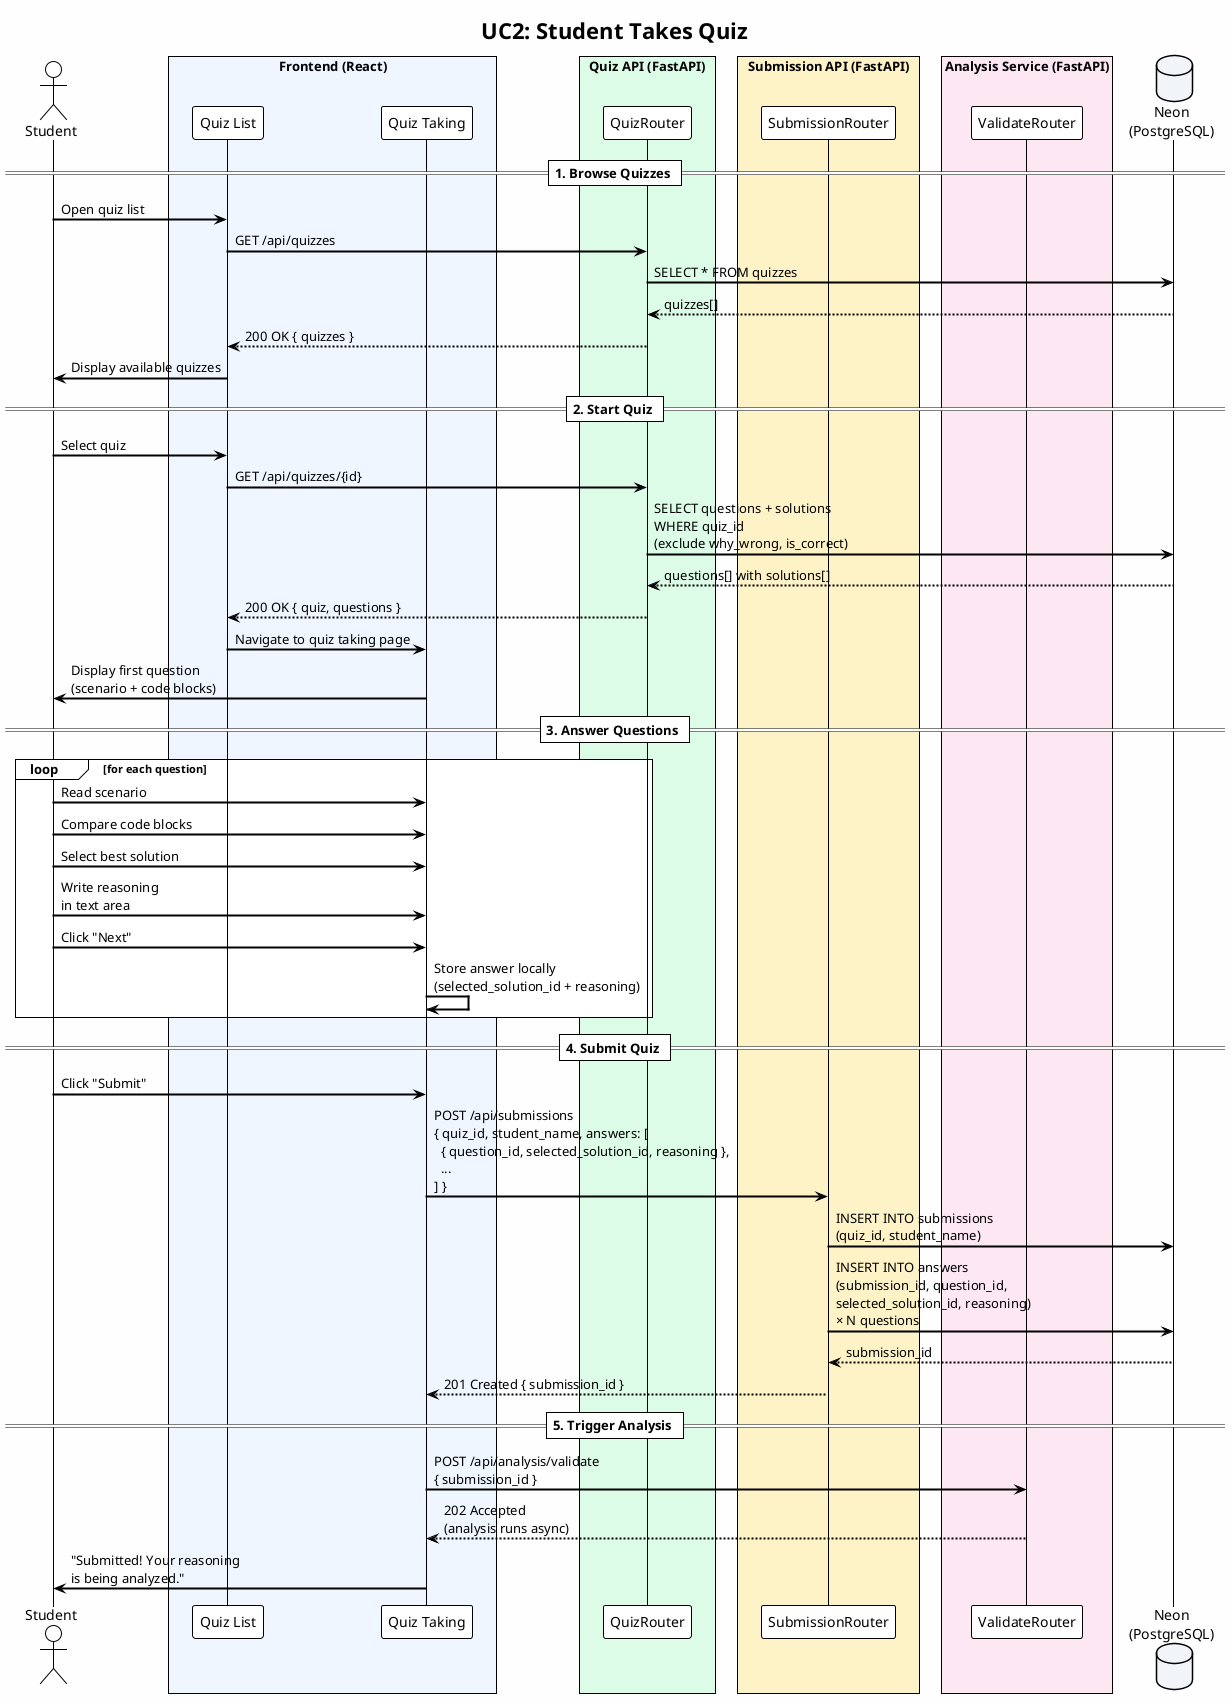
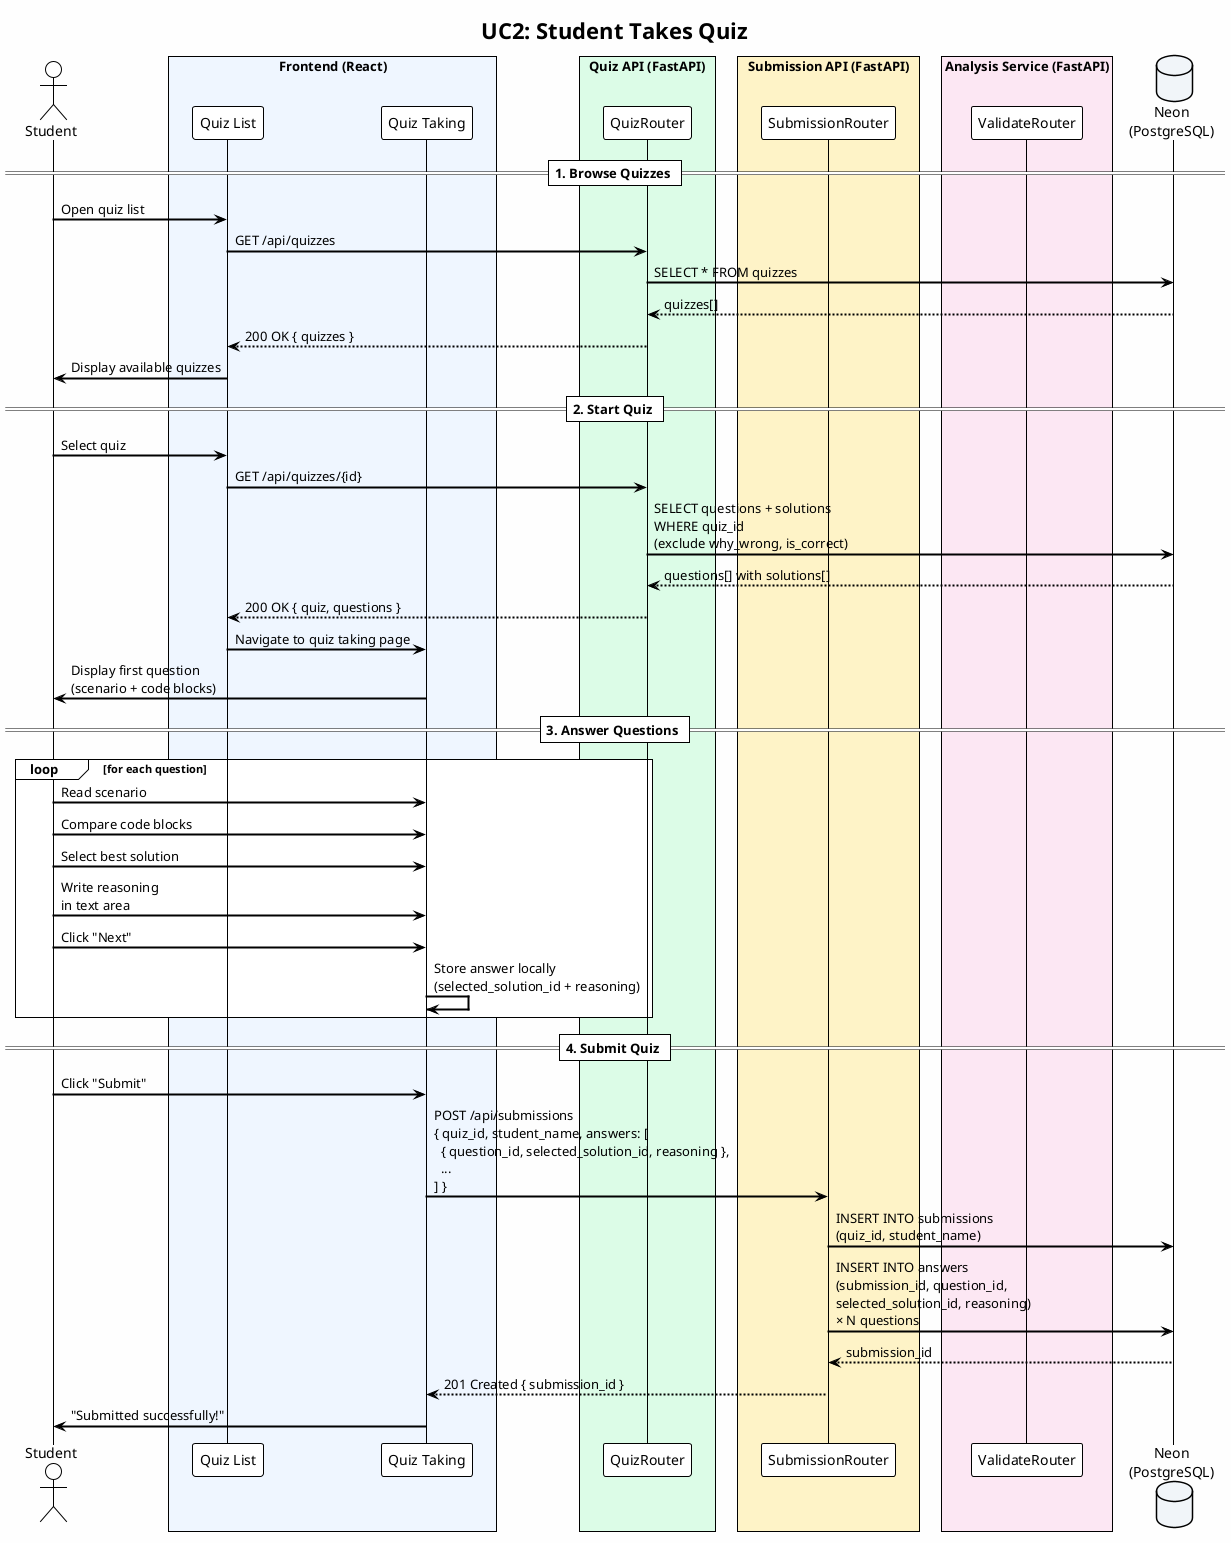
@startuml Student Takes Quiz
!theme plain
skinparam backgroundColor #FEFEFE
skinparam defaultFontName "Segoe UI"
skinparam shadowing false
skinparam sequenceArrowThickness 2
skinparam participantPadding 20
skinparam boxPadding 10

title UC2: Student Takes Quiz

actor Student as S
box "Frontend (React)" #EFF6FF
  participant "Quiz List" as QL
  participant "Quiz Taking" as QT
end box
box "Quiz API (FastAPI)" #DCFCE7
  participant "QuizRouter" as QR
end box
box "Submission API (FastAPI)" #FEF3C7
  participant "SubmissionRouter" as SR
end box
box "Analysis Service (FastAPI)" #FCE7F3
  participant "ValidateRouter" as VR
end box
database "Neon\n(PostgreSQL)" as DB #F1F5F9

== 1. Browse Quizzes ==

S -> QL : Open quiz list
QL -> QR : GET /api/quizzes
QR -> DB : SELECT * FROM quizzes
DB --> QR : quizzes[]
QR --> QL : 200 OK { quizzes }
QL -> S : Display available quizzes

== 2. Start Quiz ==

S -> QL : Select quiz
QL -> QR : GET /api/quizzes/{id}
QR -> DB : SELECT questions + solutions\nWHERE quiz_id\n(exclude why_wrong, is_correct)
DB --> QR : questions[] with solutions[]
QR --> QL : 200 OK { quiz, questions }
QL -> QT : Navigate to quiz taking page
QT -> S : Display first question\n(scenario + code blocks)

== 3. Answer Questions ==

loop for each question
  S -> QT : Read scenario
  S -> QT : Compare code blocks
  S -> QT : Select best solution
  S -> QT : Write reasoning\nin text area
  S -> QT : Click "Next"
  QT -> QT : Store answer locally\n(selected_solution_id + reasoning)
end

== 4. Submit Quiz ==

S -> QT : Click "Submit"
QT -> SR : POST /api/submissions\n{ quiz_id, student_name, answers: [\n  { question_id, selected_solution_id, reasoning },\n  ...\n] }
SR -> DB : INSERT INTO submissions\n(quiz_id, student_name)
SR -> DB : INSERT INTO answers\n(submission_id, question_id,\nselected_solution_id, reasoning)\n× N questions
DB --> SR : submission_id
SR --> QT : 201 Created { submission_id }
- 
- == 5. Trigger Analysis ==
- 
- QT -> VR : POST /api/analysis/validate\n{ submission_id }
- VR --> QT : 202 Accepted\n(analysis runs async)
- QT -> S : "Submitted! Your reasoning\nis being analyzed."
+ QT -> S : "Submitted successfully!"

@enduml
